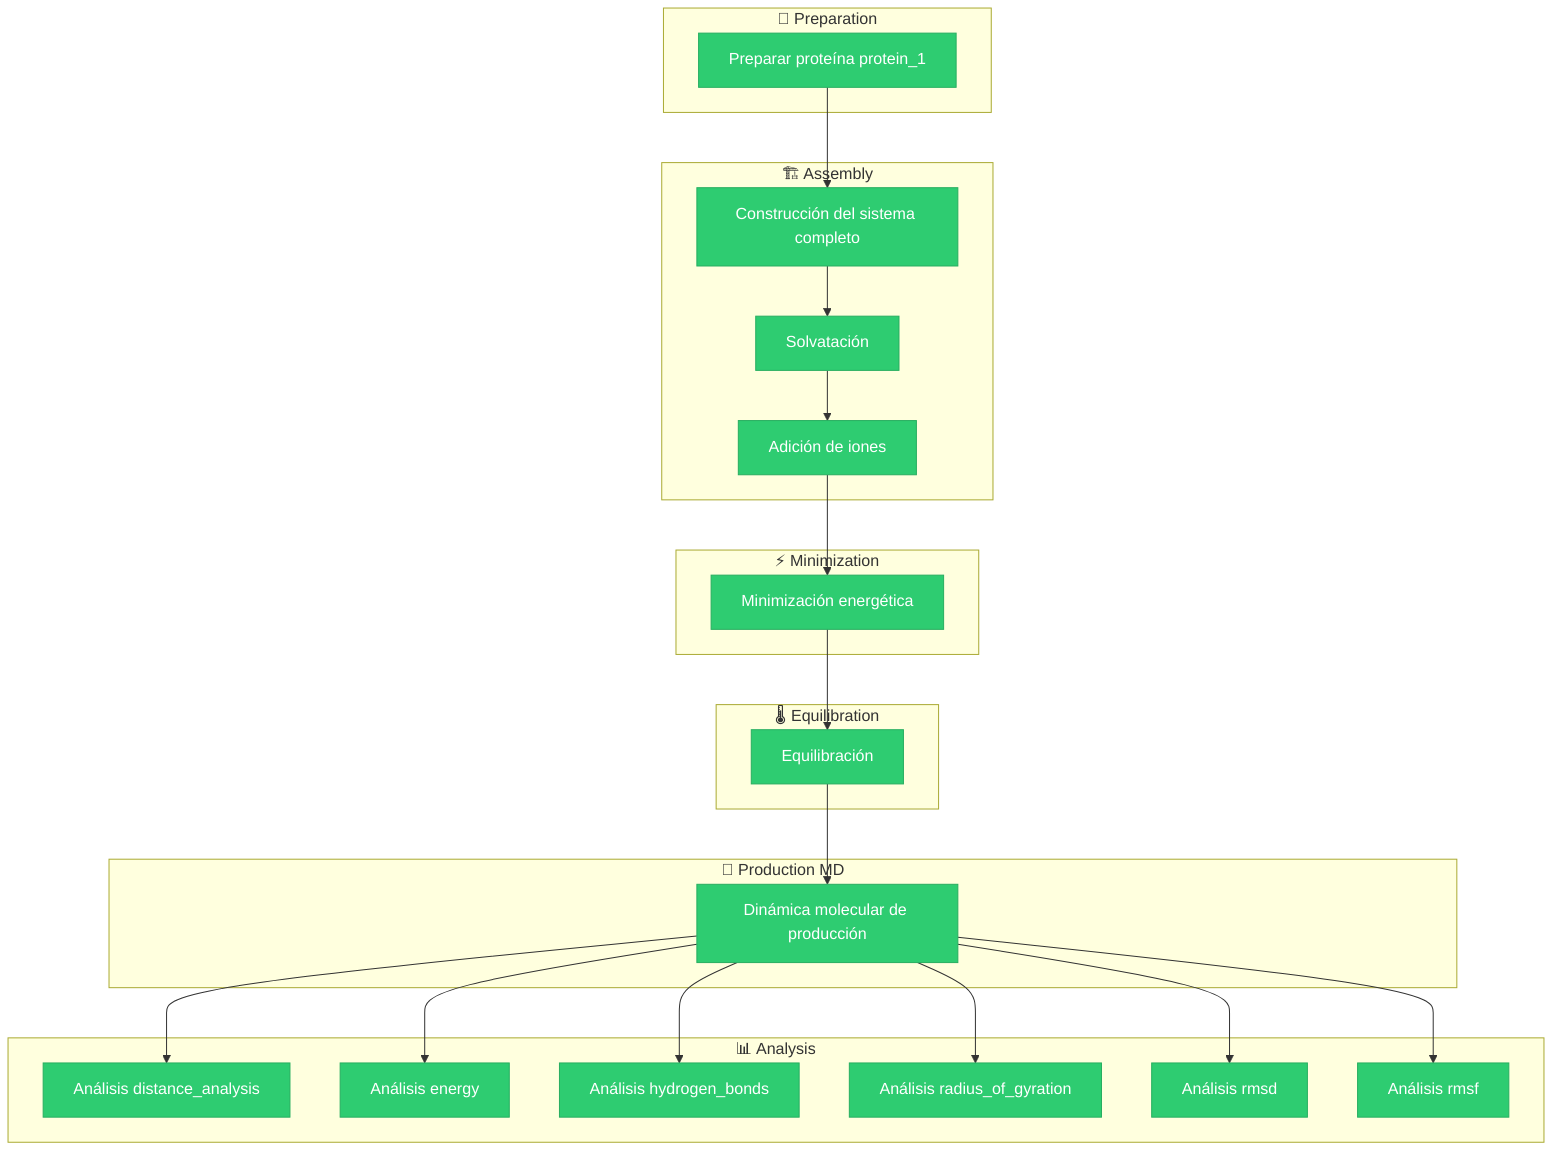
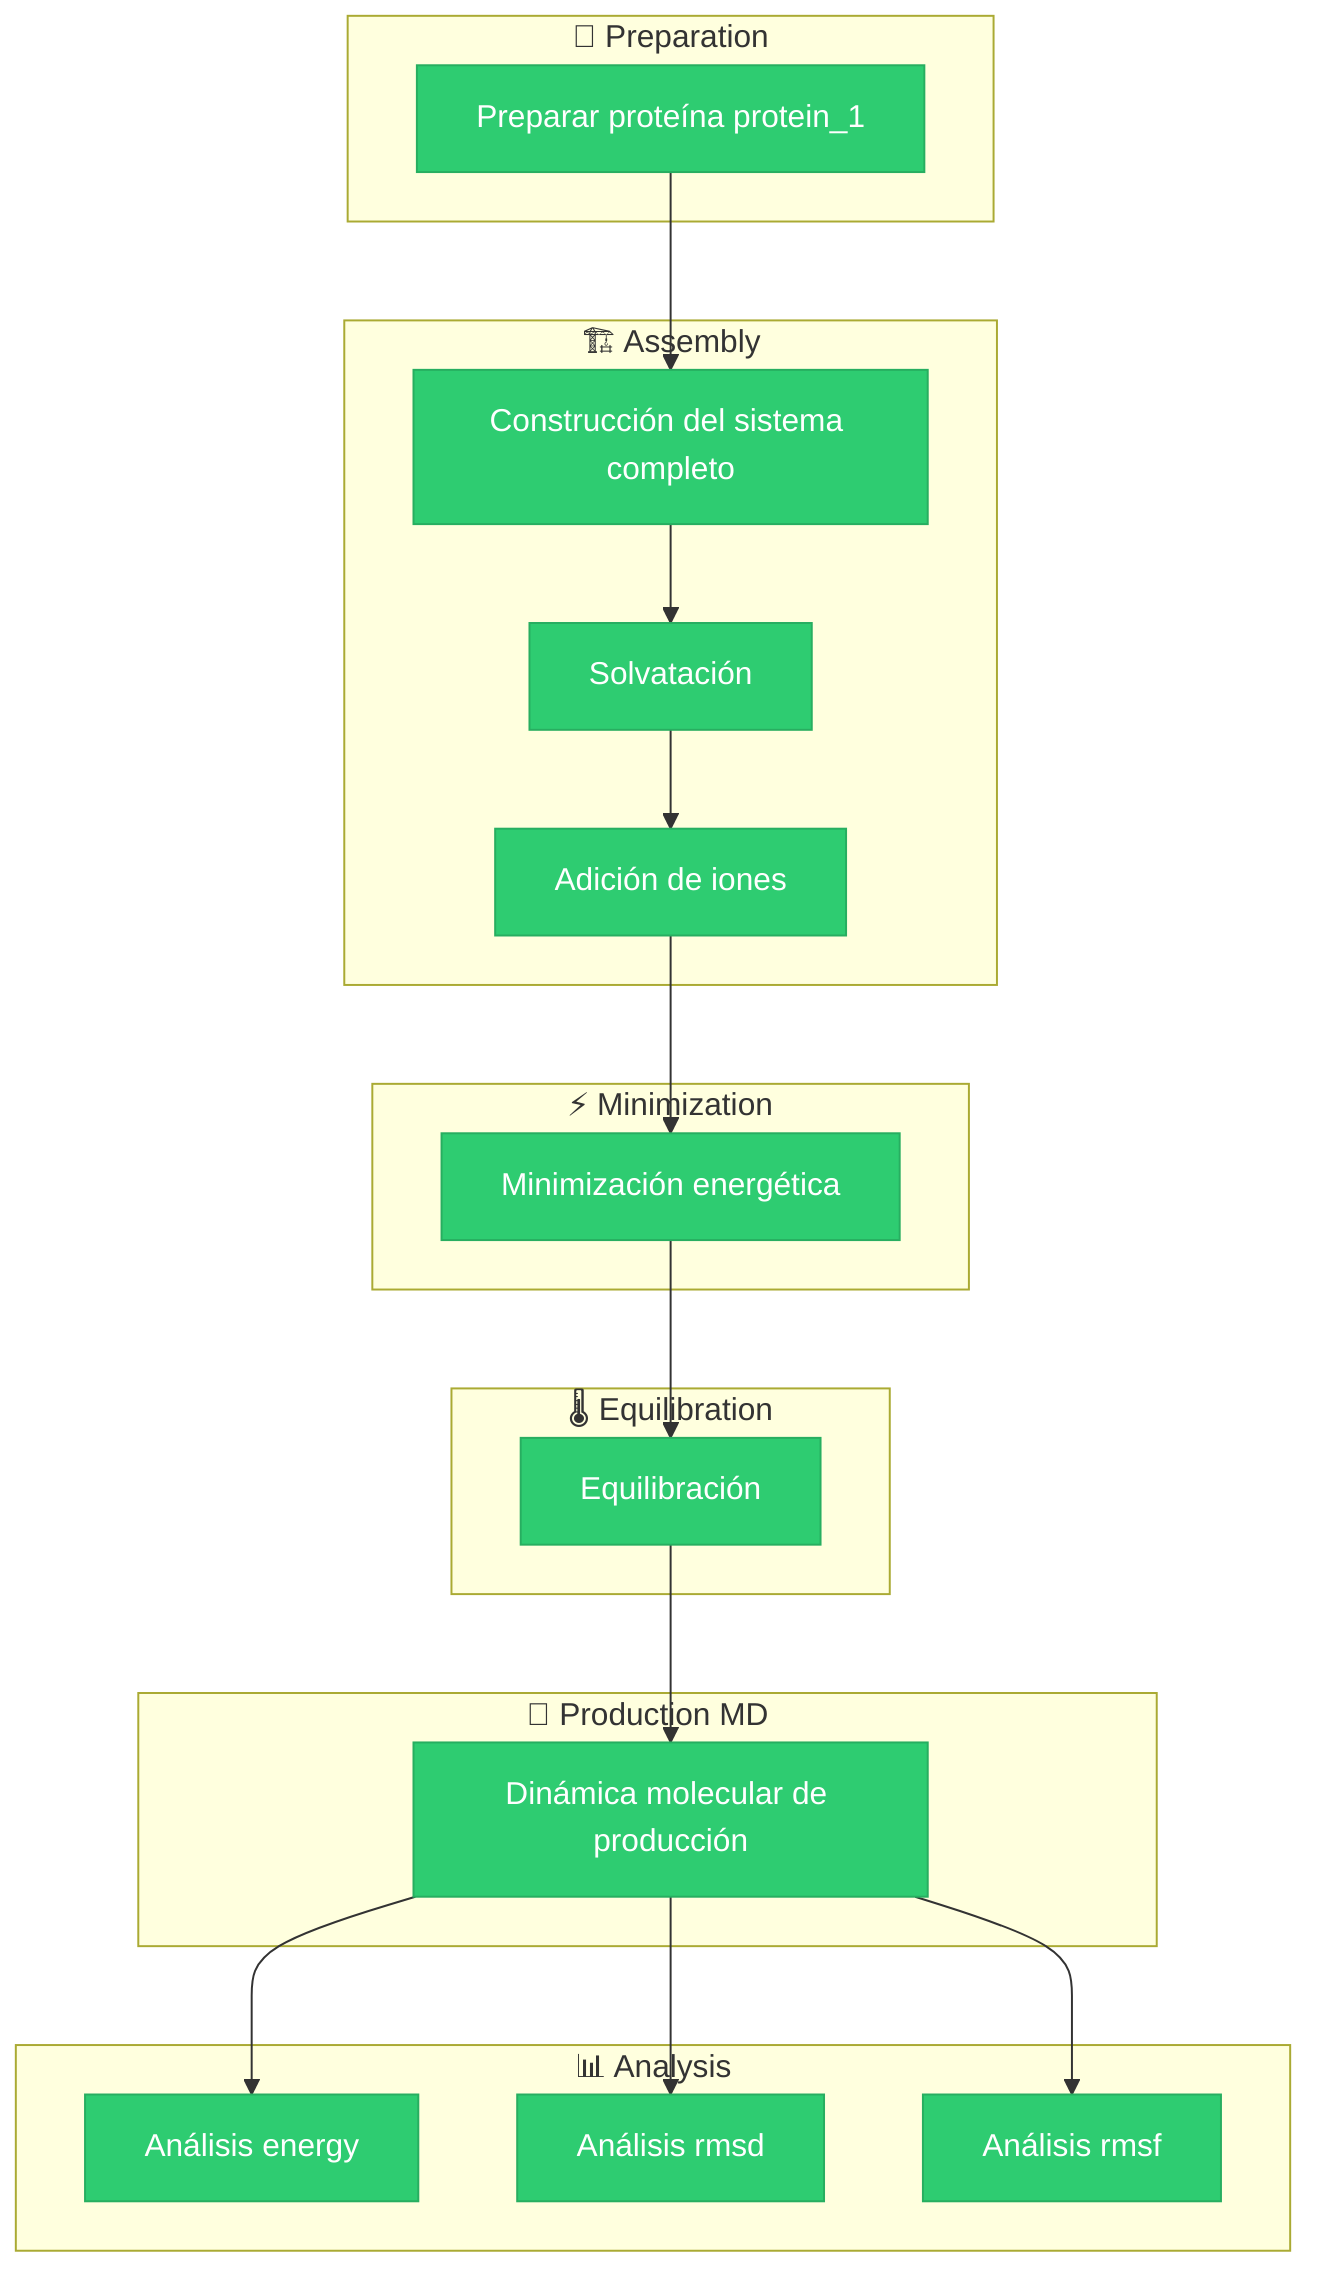
graph TD

    classDef blocking fill:#ff6b6b,stroke:#c0392b,color:#fff
    classDef manual   fill:#f39c12,stroke:#e67e22,color:#fff
    classDef external fill:#8e44ad,stroke:#6c3483,color:#fff
    classDef default  fill:#2ecc71,stroke:#27ae60,color:#fff

    subgraph sg_preparation["🔧 Preparation"]
        prepare_protein_1["Preparar proteína protein_1"]
    end

    subgraph sg_assembly["🏗️  Assembly"]
        assemble_system["Construcción del sistema completo"]
        solvate_system["Solvatación"]
        add_ions["Adición de iones"]
    end

    subgraph sg_minimization["⚡ Minimization"]
        energy_minimization["Minimización energética"]
    end

    subgraph sg_equilibration["🌡️  Equilibration"]
        equilibration["Equilibración"]
    end

    subgraph sg_production["🚀 Production MD"]
        production_md["Dinámica molecular de producción"]
    end

    subgraph sg_analysis["📊 Analysis"]
-         analysis_distance_analysis["Análisis distance_analysis"]
        analysis_energy["Análisis energy"]
-         analysis_hydrogen_bonds["Análisis hydrogen_bonds"]
-         analysis_radius_of_gyration["Análisis radius_of_gyration"]
        analysis_rmsd["Análisis rmsd"]
        analysis_rmsf["Análisis rmsf"]
    end

    prepare_protein_1 --> assemble_system
    assemble_system --> solvate_system
    solvate_system --> add_ions
    add_ions --> energy_minimization
    energy_minimization --> equilibration
    equilibration --> production_md
-     production_md --> analysis_distance_analysis
    production_md --> analysis_energy
-     production_md --> analysis_hydrogen_bonds
-     production_md --> analysis_radius_of_gyration
    production_md --> analysis_rmsd
    production_md --> analysis_rmsf

-     class prepare_protein_1,assemble_system,solvate_system,add_ions,energy_minimization,equilibration,production_md,analysis_distance_analysis,analysis_energy,analysis_hydrogen_bonds,analysis_radius_of_gyration,analysis_rmsd,analysis_rmsf default+     class prepare_protein_1,assemble_system,solvate_system,add_ions,energy_minimization,equilibration,production_md,analysis_energy,analysis_rmsd,analysis_rmsf default